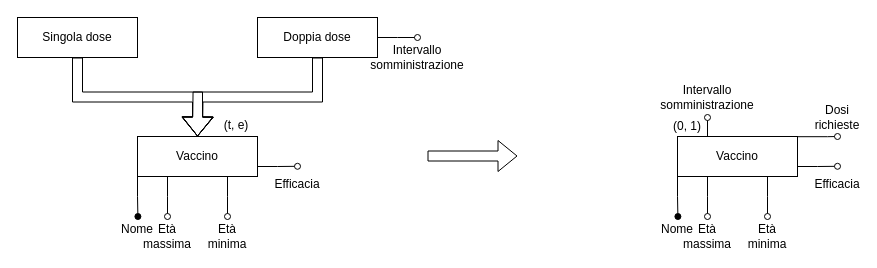
This is page "Gen.Vaccino" (8 of 8) of ER.drawio from TheFlonet/DB, a draw.io file, before an edit. Source tidied: cells renumbered, new cells numbered last; positions are measured from the earlier drawing's top-left corner, leaving out a move shared by most shapes. Both pictures are drawn from the tidied source at 100%, with x=0, y=0 at pixel (17, 17).
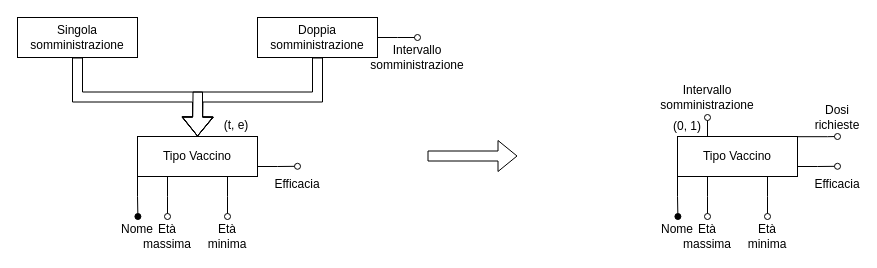
After the change.

The edit, as a diff of the source:
```diff
@@
-    <mxCell id="6" value="Vaccino" style="whiteSpace=wrap;html=1;align=center;" parent="1" vertex="1">
+    <mxCell id="6" value="Tipo Vaccino" style="whiteSpace=wrap;html=1;align=center;" parent="1" vertex="1">
       <mxGeometry x="120" y="119" width="120" height="40" as="geometry" />
     </mxCell>
@@
-    <mxCell id="8" value="Singola dose" style="whiteSpace=wrap;html=1;align=center;direction=east;" parent="1" vertex="1">
+    <mxCell id="8" value="Singola somministrazione" style="whiteSpace=wrap;html=1;align=center;direction=east;" parent="1" vertex="1">
       <mxGeometry width="120" height="40" as="geometry" />
     </mxCell>
@@
-    <mxCell id="11" value="Doppia dose" style="whiteSpace=wrap;html=1;align=center;" parent="1" vertex="1">
+    <mxCell id="11" value="Doppia somministrazione" style="whiteSpace=wrap;html=1;align=center;" parent="1" vertex="1">
       <mxGeometry x="240" width="120" height="40" as="geometry" />
     </mxCell>
@@
-    <mxCell id="24" value="Vaccino" style="whiteSpace=wrap;html=1;align=center;" parent="1" vertex="1">
+    <mxCell id="24" value="Tipo Vaccino" style="whiteSpace=wrap;html=1;align=center;" parent="1" vertex="1">
       <mxGeometry x="660" y="119" width="120" height="40" as="geometry" />
     </mxCell>
```
